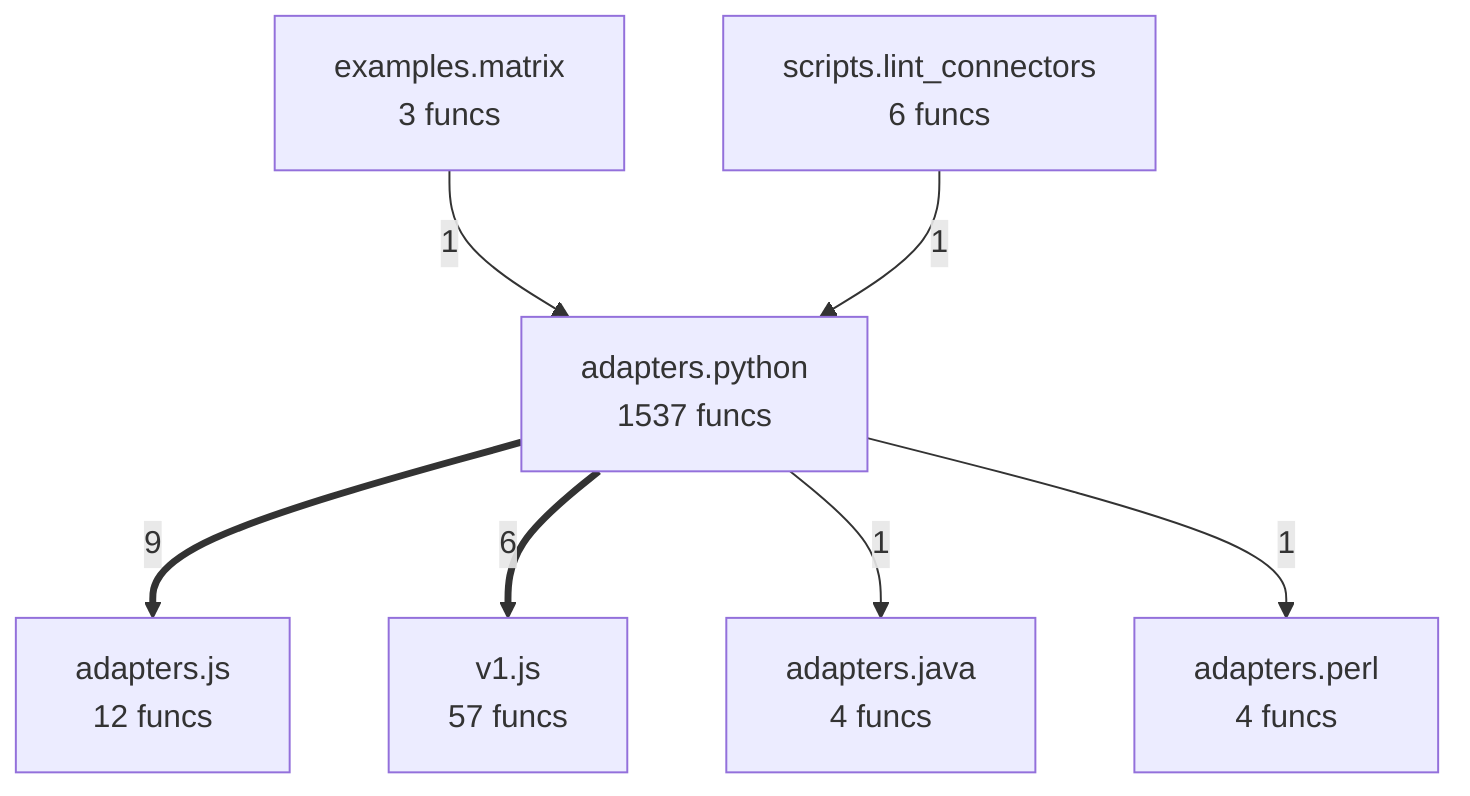
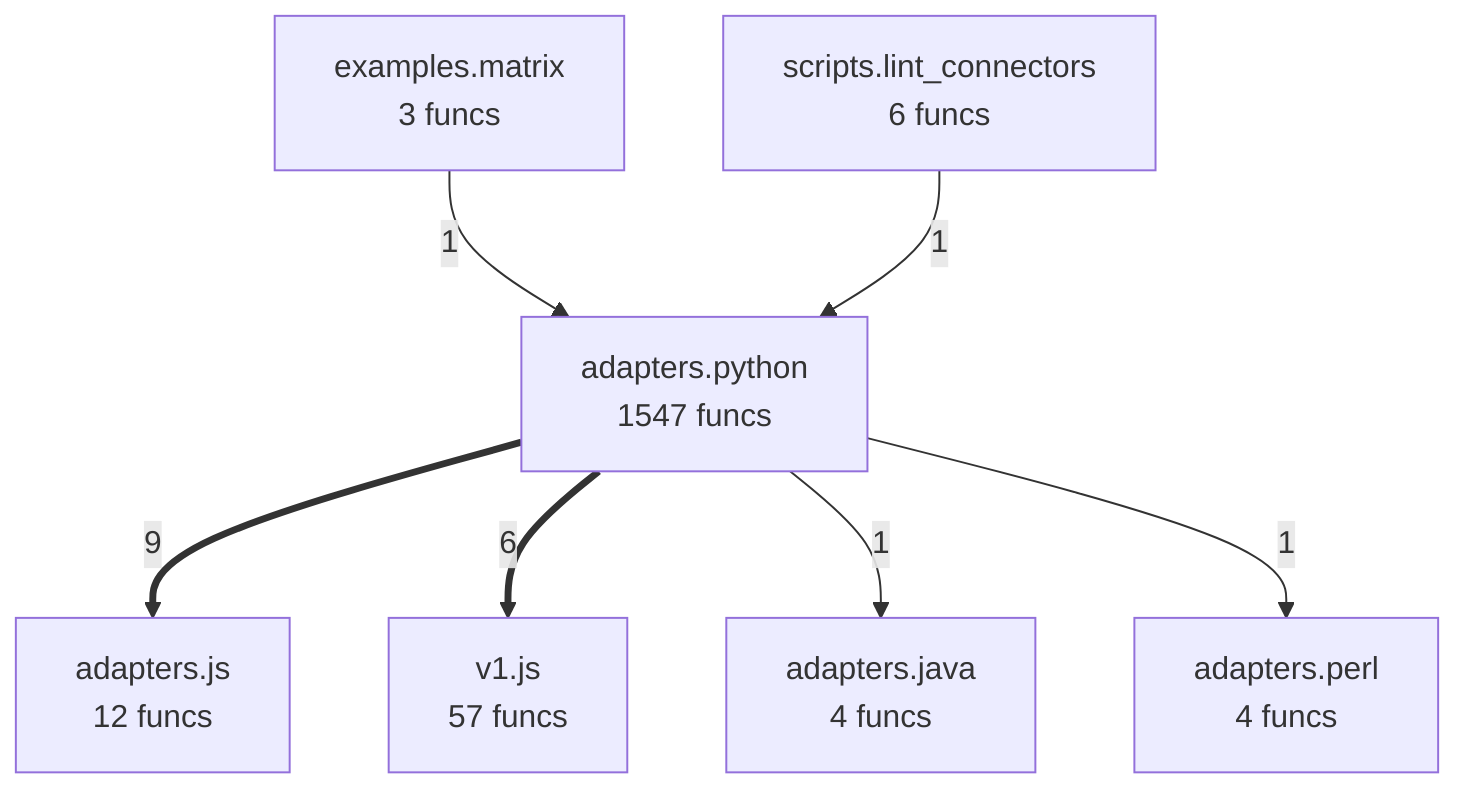
flowchart TD
- %% generated in 0.04s
+ %% generated in 0.06s
    adapters__java["adapters.java<br/>4 funcs"]
    adapters__js["adapters.js<br/>12 funcs"]
    adapters__perl["adapters.perl<br/>4 funcs"]
-     adapters__python["adapters.python<br/>1537 funcs"]
+     adapters__python["adapters.python<br/>1547 funcs"]
    examples__matrix["examples.matrix<br/>3 funcs"]
    scripts__lint_connectors["scripts.lint_connectors<br/>6 funcs"]
    v1__js["v1.js<br/>57 funcs"]
    adapters__python ==>|9| adapters__js
    adapters__python ==>|6| v1__js
    examples__matrix -->|1| adapters__python
    scripts__lint_connectors -->|1| adapters__python
    adapters__python -->|1| adapters__java
    adapters__python -->|1| adapters__perl
